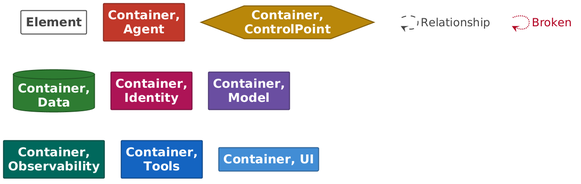
Before: docs/architecture/exports/structurizr-Deployment-key.png, a diagram exported from PlantUML (allensanborn/agentic-platform-local).
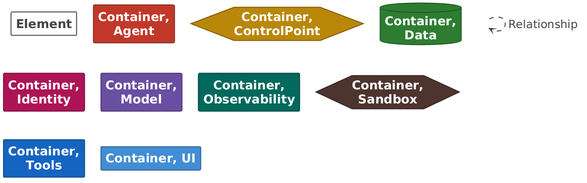
After the change.

What changed in the source:
```diff
@@ -80,6 +80,18 @@
     Shadowing: 0;
     MaximumWidth: 200;
   }
+  // Element,Container,Sandbox
+  .Element-RWxlbWVudCxDb250YWluZXIsU2FuZGJveA== {
+    BackgroundColor: #4e342e;
+    LineColor: #362420;
+    LineStyle: 0;
+    LineThickness: 2;
+    FontColor: #ffffff;
+    FontSize: 24;
+    HorizontalAlignment: center;
+    Shadowing: 0;
+    MaximumWidth: 200;
+  }
   // Element,Container,Tools
   .Element-RWxlbWVudCxDb250YWluZXIsVG9vbHM= {
     BackgroundColor: #1565c0;
@@ -110,15 +122,6 @@
     LineStyle: 10-10;
     LineColor: #444444;
     FontColor: #444444;
-    FontSize: 24;
-    MaximumWidth: 200;
-  }
-  // Relationship,Broken
-  .Relationship-UmVsYXRpb25zaGlwLEJyb2tlbg== {
-    LineThickness: 2;
-    LineStyle: 2-2;
-    LineColor: #b00020;
-    FontColor: #b00020;
     FontSize: 24;
     MaximumWidth: 200;
   }
@@ -156,6 +159,8 @@
 
 rectangle "==Container, Observability" <<Element-RWxlbWVudCxDb250YWluZXIsT2JzZXJ2YWJpbGl0eQ==>>
 
+hexagon "==Container, Sandbox" <<Element-RWxlbWVudCxDb250YWluZXIsU2FuZGJveA==>>
+
 rectangle "==Container, Tools" <<Element-RWxlbWVudCxDb250YWluZXIsVG9vbHM=>>
 
 rectangle "==Container, UI" <<Element-RWxlbWVudCxDb250YWluZXIsVUk=>>
@@ -163,7 +168,4 @@
 rectangle "." <<.Element-Transparent>> as 1
 1 --> 1 <<Relationship-UmVsYXRpb25zaGlw>> : "Relationship"
 
-rectangle "." <<.Element-Transparent>> as 2
-2 --> 2 <<Relationship-UmVsYXRpb25zaGlwLEJyb2tlbg==>> : "Broken"
-
 @enduml
```
